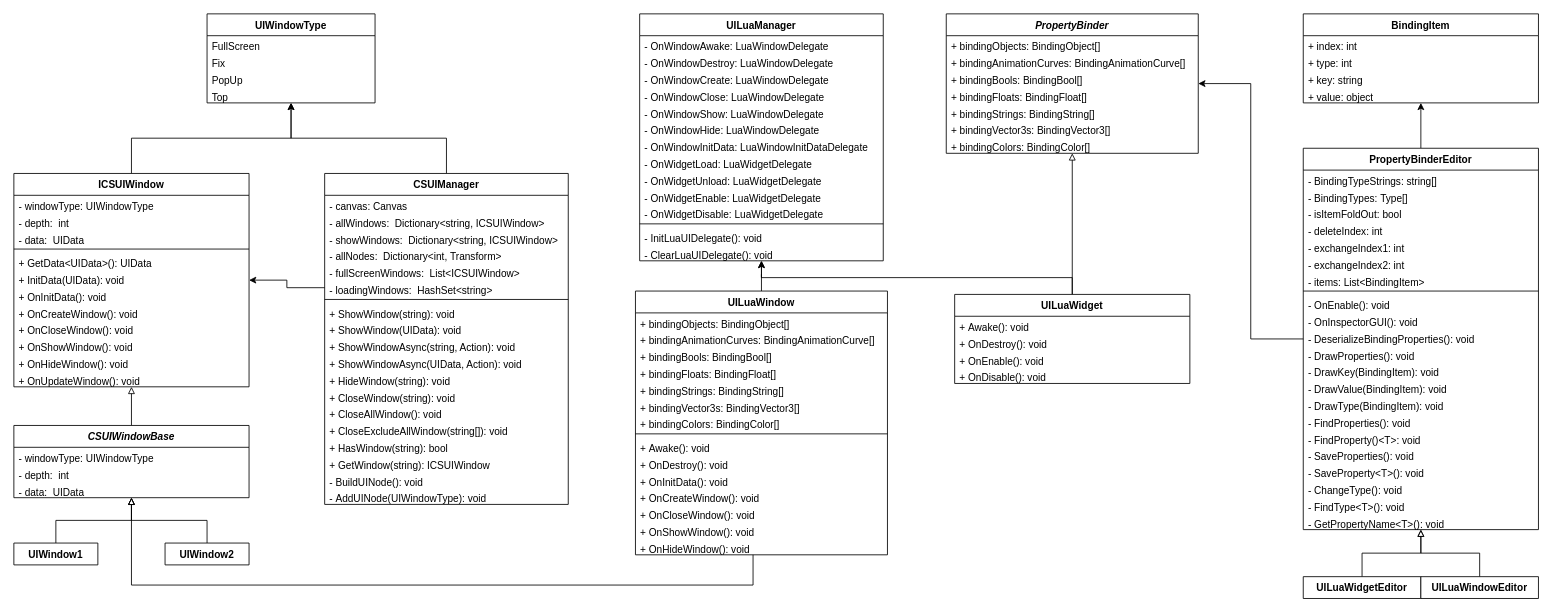
Before: page "UIManager-1" (6 of 7) of MiniFramework.drawio in cetejs/UML, a draw.io diagram. Source tidied: cells renumbered, new cells numbered last; positions are measured from the earlier drawing's top-left corner, leaving out a move shared by most shapes. Both pictures are drawn from the tidied source at 84%, with x=0, y=0 at pixel (13, 13).
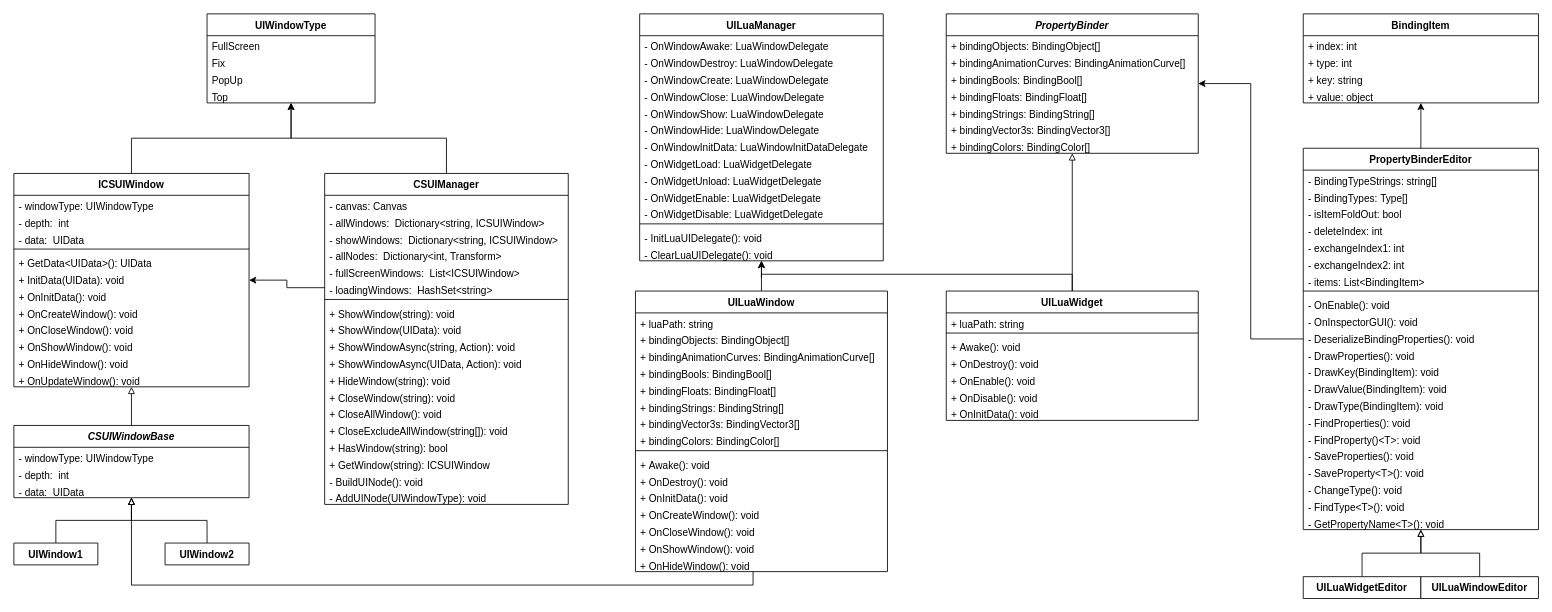
The same page after the edit.

Unchanged cells that the change refers to:
```xml
<mxCell id="53" value="UILuaManager" style="swimlane;fontStyle=1;align=center;verticalAlign=top;horizontal=1;startSize=26;" parent="1" vertex="1">
  <mxGeometry x="745" width="290" height="294" as="geometry" />
</mxCell>
```

Diff of the diagram source:
```diff
@@
     <mxCell id="70" value="UILuaWindow" style="swimlane;fontStyle=1;align=center;verticalAlign=top;horizontal=1;startSize=26;" parent="1" vertex="1">
-      <mxGeometry x="740" y="330" width="300" height="314" as="geometry" />
+      <mxGeometry x="740" y="330" width="300" height="334" as="geometry" />
     </mxCell>
+    <mxCell id="135" value="+ luaPath: string" style="text;strokeColor=none;fillColor=none;align=left;verticalAlign=top;spacingLeft=4;spacingRight=4;overflow=hidden;" parent="70" vertex="1">
+      <mxGeometry y="26" width="300" height="20" as="geometry" />
+    </mxCell>
     <mxCell id="71" value="+ bindingObjects: BindingObject[]" style="text;strokeColor=none;fillColor=none;align=left;verticalAlign=top;spacingLeft=4;spacingRight=4;overflow=hidden;" parent="70" vertex="1">
-      <mxGeometry y="26" width="300" height="20" as="geometry" />
+      <mxGeometry y="46" width="300" height="20" as="geometry" />
     </mxCell>
     <mxCell id="72" value="+ bindingAnimationCurves: BindingAnimationCurve[]" style="text;strokeColor=none;fillColor=none;align=left;verticalAlign=top;spacingLeft=4;spacingRight=4;overflow=hidden;" parent="70" vertex="1">
-      <mxGeometry y="46" width="300" height="20" as="geometry" />
+      <mxGeometry y="66" width="300" height="20" as="geometry" />
     </mxCell>
     <mxCell id="73" value="+ bindingBools: BindingBool[]" style="text;strokeColor=none;fillColor=none;align=left;verticalAlign=top;spacingLeft=4;spacingRight=4;overflow=hidden;" parent="70" vertex="1">
-      <mxGeometry y="66" width="300" height="20" as="geometry" />
+      <mxGeometry y="86" width="300" height="20" as="geometry" />
     </mxCell>
     <mxCell id="74" value="+ bindingFloats: BindingFloat[]" style="text;strokeColor=none;fillColor=none;align=left;verticalAlign=top;spacingLeft=4;spacingRight=4;overflow=hidden;" parent="70" vertex="1">
-      <mxGeometry y="86" width="300" height="20" as="geometry" />
+      <mxGeometry y="106" width="300" height="20" as="geometry" />
     </mxCell>
     <mxCell id="75" value="+ bindingStrings: BindingString[]" style="text;strokeColor=none;fillColor=none;align=left;verticalAlign=top;spacingLeft=4;spacingRight=4;overflow=hidden;" parent="70" vertex="1">
-      <mxGeometry y="106" width="300" height="20" as="geometry" />
+      <mxGeometry y="126" width="300" height="20" as="geometry" />
     </mxCell>
     <mxCell id="76" value="+ bindingVector3s: BindingVector3[]" style="text;strokeColor=none;fillColor=none;align=left;verticalAlign=top;spacingLeft=4;spacingRight=4;overflow=hidden;" parent="70" vertex="1">
-      <mxGeometry y="126" width="300" height="20" as="geometry" />
+      <mxGeometry y="146" width="300" height="20" as="geometry" />
     </mxCell>
     <mxCell id="77" value="+ bindingColors: BindingColor[]" style="text;strokeColor=none;fillColor=none;align=left;verticalAlign=top;spacingLeft=4;spacingRight=4;overflow=hidden;" parent="70" vertex="1">
-      <mxGeometry y="146" width="300" height="20" as="geometry" />
+      <mxGeometry y="166" width="300" height="20" as="geometry" />
     </mxCell>
     <mxCell id="78" style="line;strokeWidth=1;fillColor=none;align=left;verticalAlign=middle;spacingTop=-1;spacingLeft=3;spacingRight=3;labelPosition=right;" parent="70" vertex="1">
-      <mxGeometry y="166" width="300" height="8" as="geometry" />
+      <mxGeometry y="186" width="300" height="8" as="geometry" />
     </mxCell>
     <mxCell id="79" value="+ Awake(): void" style="text;strokeColor=none;fillColor=none;align=left;verticalAlign=top;spacingLeft=4;spacingRight=4;overflow=hidden;" parent="70" vertex="1">
-      <mxGeometry y="174" width="300" height="20" as="geometry" />
+      <mxGeometry y="194" width="300" height="20" as="geometry" />
     </mxCell>
     <mxCell id="80" value="+ OnDestroy(): void" style="text;strokeColor=none;fillColor=none;align=left;verticalAlign=top;spacingLeft=4;spacingRight=4;overflow=hidden;" parent="70" vertex="1">
-      <mxGeometry y="194" width="300" height="20" as="geometry" />
+      <mxGeometry y="214" width="300" height="20" as="geometry" />
     </mxCell>
     <mxCell id="81" value="+ OnInitData(): void" style="text;strokeColor=none;fillColor=none;align=left;verticalAlign=top;spacingLeft=4;spacingRight=4;overflow=hidden;" parent="70" vertex="1">
-      <mxGeometry y="214" width="300" height="20" as="geometry" />
+      <mxGeometry y="234" width="300" height="20" as="geometry" />
     </mxCell>
     <mxCell id="82" value="+ OnCreateWindow(): void" style="text;strokeColor=none;fillColor=none;align=left;verticalAlign=top;spacingLeft=4;spacingRight=4;overflow=hidden;" parent="70" vertex="1">
-      <mxGeometry y="234" width="300" height="20" as="geometry" />
+      <mxGeometry y="254" width="300" height="20" as="geometry" />
     </mxCell>
     <mxCell id="83" value="+ OnCloseWindow(): void" style="text;strokeColor=none;fillColor=none;align=left;verticalAlign=top;spacingLeft=4;spacingRight=4;overflow=hidden;" parent="70" vertex="1">
-      <mxGeometry y="254" width="300" height="20" as="geometry" />
+      <mxGeometry y="274" width="300" height="20" as="geometry" />
     </mxCell>
     <mxCell id="84" value="+ OnShowWindow(): void" style="text;strokeColor=none;fillColor=none;align=left;verticalAlign=top;spacingLeft=4;spacingRight=4;overflow=hidden;" parent="70" vertex="1">
-      <mxGeometry y="274" width="300" height="20" as="geometry" />
+      <mxGeometry y="294" width="300" height="20" as="geometry" />
     </mxCell>
     <mxCell id="85" value="+ OnHideWindow(): void" style="text;strokeColor=none;fillColor=none;align=left;verticalAlign=top;spacingLeft=4;spacingRight=4;overflow=hidden;" parent="70" vertex="1">
-      <mxGeometry y="294" width="300" height="20" as="geometry" />
+      <mxGeometry y="314" width="300" height="20" as="geometry" />
     </mxCell>
@@
-    <mxCell id="94" style="edgeStyle=orthogonalEdgeStyle;rounded=0;jettySize=auto;html=1;exitX=0.5;exitY=0;exitDx=0;exitDy=0;endArrow=classic;endFill=1;strokeColor=#000000;" parent="1" edge="1" source="96" target="53">
-      <mxGeometry relative="1" as="geometry" />
+    <mxCell id="94" style="edgeStyle=orthogonalEdgeStyle;rounded=0;jettySize=auto;html=1;endArrow=classic;endFill=1;strokeColor=#000000;" parent="1" edge="1" source="96" target="53">
+      <mxGeometry relative="1" as="geometry">
+        <Array as="points">
+          <mxPoint x="1260" y="310" />
+          <mxPoint x="890" y="310" />
+        </Array>
+      </mxGeometry>
     </mxCell>
@@
-    <mxCell id="96" value="UILuaWidget" style="swimlane;fontStyle=1;align=center;verticalAlign=top;horizontal=1;startSize=26;" parent="1" vertex="1">
-      <mxGeometry x="1120" y="334" width="280" height="106" as="geometry" />
-    </mxCell>
-    <mxCell id="97" value="+ Awake(): void" style="text;strokeColor=none;fillColor=none;align=left;verticalAlign=top;spacingLeft=4;spacingRight=4;overflow=hidden;" parent="96" vertex="1">
-      <mxGeometry y="26" width="280" height="20" as="geometry" />
-    </mxCell>
-    <mxCell id="98" value="+ OnDestroy(): void" style="text;strokeColor=none;fillColor=none;align=left;verticalAlign=top;spacingLeft=4;spacingRight=4;overflow=hidden;" parent="96" vertex="1">
-      <mxGeometry y="46" width="280" height="20" as="geometry" />
-    </mxCell>
-    <mxCell id="99" value="+ OnEnable(): void" style="text;strokeColor=none;fillColor=none;align=left;verticalAlign=top;spacingLeft=4;spacingRight=4;overflow=hidden;" parent="96" vertex="1">
-      <mxGeometry y="66" width="280" height="20" as="geometry" />
-    </mxCell>
-    <mxCell id="100" value="+ OnDisable(): void" style="text;strokeColor=none;fillColor=none;align=left;verticalAlign=top;spacingLeft=4;spacingRight=4;overflow=hidden;" parent="96" vertex="1">
-      <mxGeometry y="86" width="280" height="20" as="geometry" />
-    </mxCell>
@@
+    <mxCell id="96" value="UILuaWidget" style="swimlane;fontStyle=1;align=center;verticalAlign=top;horizontal=1;startSize=26;" parent="1" vertex="1">
+      <mxGeometry x="1110" y="330" width="300" height="154" as="geometry" />
+    </mxCell>
+    <mxCell id="136" value="+ luaPath: string" style="text;strokeColor=none;fillColor=none;align=left;verticalAlign=top;spacingLeft=4;spacingRight=4;overflow=hidden;" parent="96" vertex="1">
+      <mxGeometry y="26" width="300" height="20" as="geometry" />
+    </mxCell>
+    <mxCell id="137" style="line;strokeWidth=1;fillColor=none;align=left;verticalAlign=middle;spacingTop=-1;spacingLeft=3;spacingRight=3;labelPosition=right;" parent="96" vertex="1">
+      <mxGeometry y="46" width="300" height="8" as="geometry" />
+    </mxCell>
+    <mxCell id="97" value="+ Awake(): void" style="text;strokeColor=none;fillColor=none;align=left;verticalAlign=top;spacingLeft=4;spacingRight=4;overflow=hidden;" parent="96" vertex="1">
+      <mxGeometry y="54" width="300" height="20" as="geometry" />
+    </mxCell>
+    <mxCell id="98" value="+ OnDestroy(): void" style="text;strokeColor=none;fillColor=none;align=left;verticalAlign=top;spacingLeft=4;spacingRight=4;overflow=hidden;" parent="96" vertex="1">
+      <mxGeometry y="74" width="300" height="20" as="geometry" />
+    </mxCell>
+    <mxCell id="99" value="+ OnEnable(): void" style="text;strokeColor=none;fillColor=none;align=left;verticalAlign=top;spacingLeft=4;spacingRight=4;overflow=hidden;" parent="96" vertex="1">
+      <mxGeometry y="94" width="300" height="20" as="geometry" />
+    </mxCell>
+    <mxCell id="100" value="+ OnDisable(): void" style="text;strokeColor=none;fillColor=none;align=left;verticalAlign=top;spacingLeft=4;spacingRight=4;overflow=hidden;" parent="96" vertex="1">
+      <mxGeometry y="114" width="300" height="20" as="geometry" />
+    </mxCell>
+    <mxCell id="138" value="+ OnInitData(): void" style="text;strokeColor=none;fillColor=none;align=left;verticalAlign=top;spacingLeft=4;spacingRight=4;overflow=hidden;" parent="96" vertex="1">
+      <mxGeometry y="134" width="300" height="20" as="geometry" />
+    </mxCell>
```
